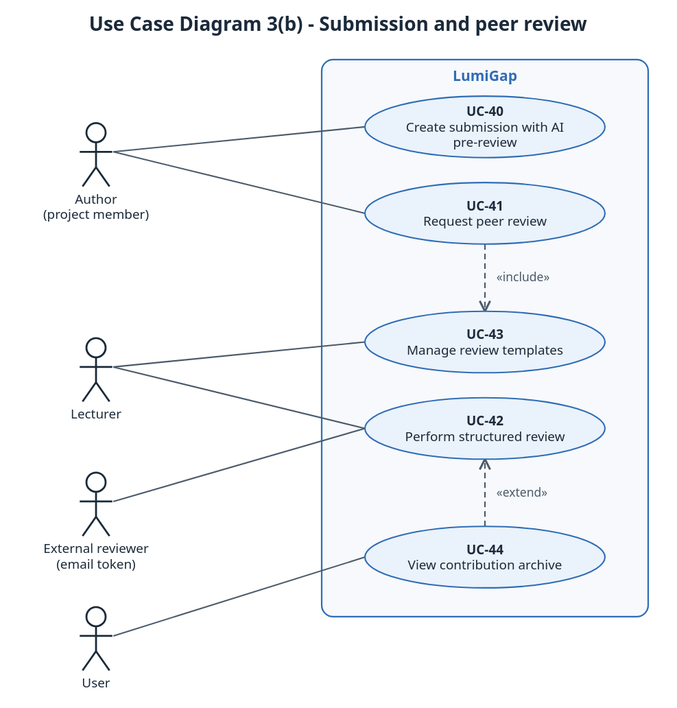
Before: docs/diagrams/report3/R3_UseCase_3b_Submission_Review.svg, a diagram exported from PlantUML (Khoa-Hoa-Technology-Solution-Company/lumi-gap). Its source is kept beside it as docs/diagrams/report3/R3_UseCase_3b_Submission_Review.puml.
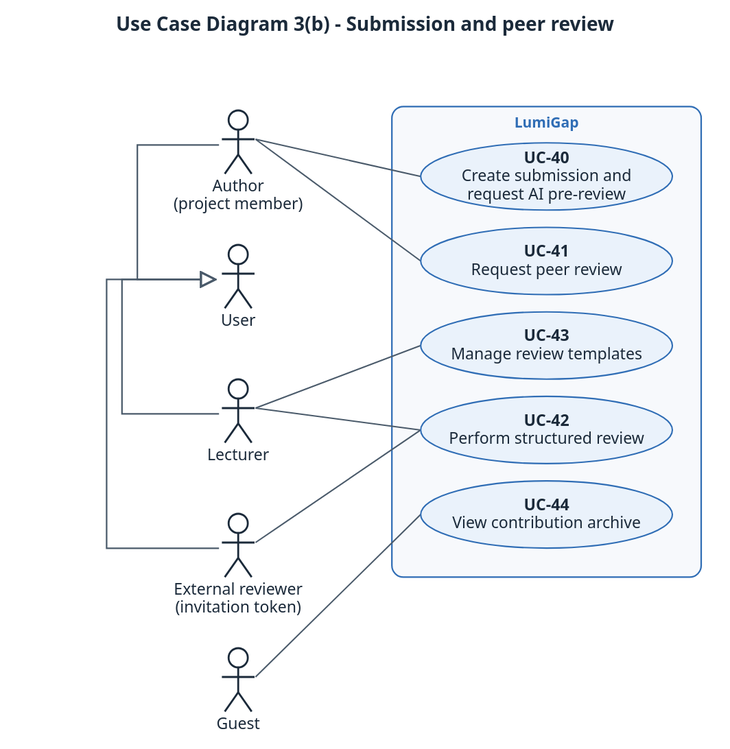
After the commit.

What changed in the source:
```diff
@@ -28,29 +28,31 @@
   BorderColor #2F6DB5
 }
 skinparam actorStyle awesome
-skinparam actor<<System>> {
-  BackgroundColor #FDECEA
-  BorderColor #C62828
+skinparam actor<<external system>> {
+  BackgroundColor #F0F1F3
+  BorderColor #8A8F98
 }
 left to right direction
 title Use Case Diagram 3(b) - Submission and peer review
+actor "User" as U
 actor "Author\n(project member)" as A
 actor "Lecturer" as L
-actor "External reviewer\n(email token)" as XR
-actor "User" as U
+actor "External reviewer\n(invitation token)" as XR
+actor "Guest" as G
 rectangle "LumiGap" {
-  usecase "UC-40\nCreate submission with AI pre-review" as UC40
+  usecase "UC-40\nCreate submission and request AI pre-review" as UC40
   usecase "UC-41\nRequest peer review" as UC41
   usecase "UC-43\nManage review templates" as UC43
   usecase "UC-42\nPerform structured review" as UC42
   usecase "UC-44\nView contribution archive" as UC44
 }
+A --|> U
+L --|> U
+XR --|> U
 A -- UC40
 A -- UC41
 L -- UC43
 L -- UC42
 XR -- UC42
-U -- UC44
-UC41 .> UC43 : <<include>>
-UC44 .> UC42 : <<extend>>
+G -- UC44
 @enduml
```
